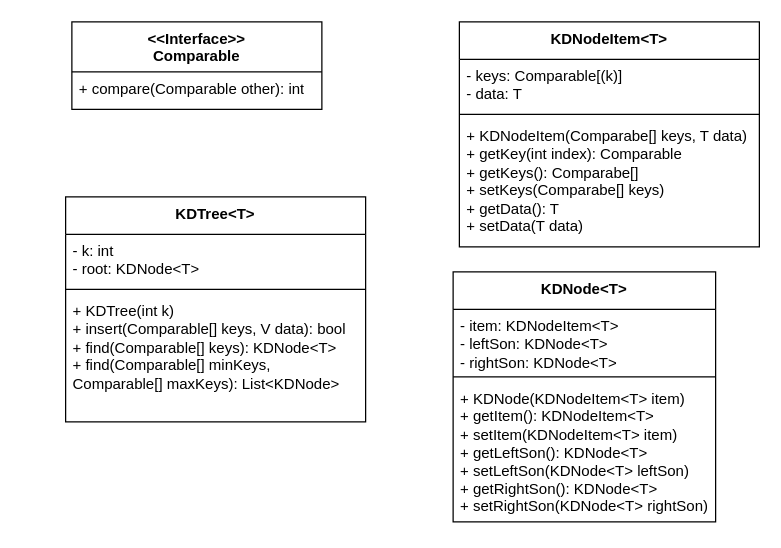
The draw.io diagram doc/KDTreeUML.drawio in juraj-n/ADS2, before the edit. Source tidied: cells renumbered, new cells numbered last; positions are measured from the earlier drawing's top-left corner, leaving out a move shared by most shapes. Both pictures are drawn from the tidied source at 125%, with x=0, y=0 at pixel (65, 21).
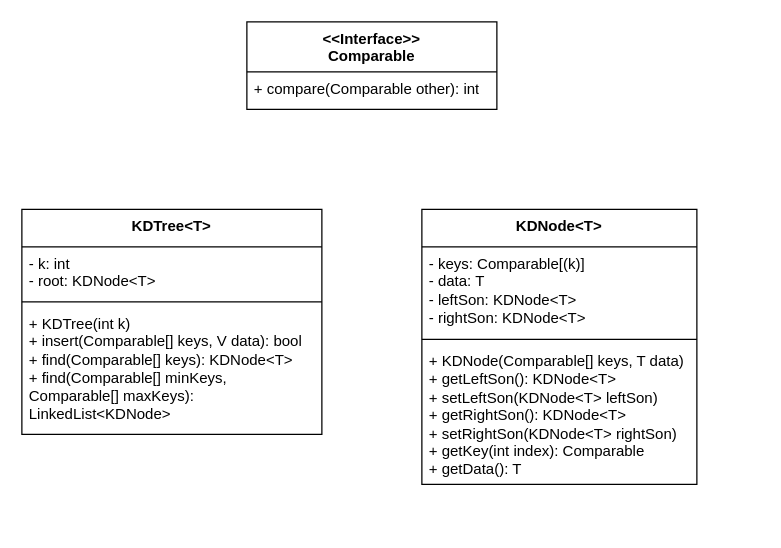
The same page after the edit.

Commit message (it also covers changes not shown here):
KDTree interval find start

Change to the diagram source:
```diff
@@
 <mxGraphModel>
   <root>
     <mxCell id="0" />
     <mxCell id="1" parent="0" />
     <mxCell id="2" value="KDTree&lt;span style=&quot;background-color: transparent; color: light-dark(rgb(0, 0, 0), rgb(255, 255, 255));&quot;&gt;&amp;lt;T&amp;gt;&lt;/span&gt;" style="swimlane;fontStyle=1;align=center;verticalAlign=top;horizontal=1;startSize=30;whiteSpace=wrap;html=1;" parent="1" vertex="1">
-      <mxGeometry y="140" width="240" height="180" as="geometry" />
+      <mxGeometry x="-35" y="150" width="240" height="180" as="geometry" />
     </mxCell>
     <mxCell id="3" value="- k: int&lt;div&gt;- root: KDNode&amp;lt;T&amp;gt;&lt;/div&gt;" style="text;strokeColor=none;fillColor=none;align=left;verticalAlign=top;spacingLeft=4;spacingRight=4;overflow=hidden;whiteSpace=wrap;html=1;" parent="2" vertex="1">
       <mxGeometry y="30" width="240" height="40" as="geometry" />
     </mxCell>
     <mxCell id="4" style="line;strokeWidth=1;fillColor=none;align=left;verticalAlign=middle;spacingTop=-1;spacingLeft=3;spacingRight=3;labelPosition=right;strokeColor=inherit;" parent="2" vertex="1">
       <mxGeometry y="70" width="240" height="8" as="geometry" />
     </mxCell>
-    <mxCell id="5" value="+ KDTree(int k)&lt;div&gt;+ insert(Comparable[] keys, V data): bool&lt;/div&gt;&lt;div&gt;+ find(Comparable[] keys): KDNode&amp;lt;T&amp;gt;&lt;/div&gt;&lt;div&gt;+ find(Comparable[] minKeys, Comparable[] maxKeys): List&amp;lt;KDNode&amp;gt;&lt;/div&gt;" style="text;strokeColor=none;fillColor=none;align=left;verticalAlign=top;spacingLeft=4;spacingRight=4;overflow=hidden;whiteSpace=wrap;html=1;" parent="2" vertex="1">
+    <mxCell id="5" value="+ KDTree(int k)&lt;div&gt;+ insert(Comparable[] keys, V data): bool&lt;/div&gt;&lt;div&gt;+ find(Comparable[] keys): KDNode&amp;lt;T&amp;gt;&lt;/div&gt;&lt;div&gt;+ find(Comparable[] minKeys, Comparable[] maxKeys): LinkedList&amp;lt;KDNode&amp;gt;&lt;/div&gt;" style="text;strokeColor=none;fillColor=none;align=left;verticalAlign=top;spacingLeft=4;spacingRight=4;overflow=hidden;whiteSpace=wrap;html=1;" parent="2" vertex="1">
       <mxGeometry y="78" width="240" height="102" as="geometry" />
     </mxCell>
     <mxCell id="6" value="KDNode&lt;span style=&quot;background-color: transparent; color: light-dark(rgb(0, 0, 0), rgb(255, 255, 255));&quot;&gt;&amp;lt;T&amp;gt;&lt;/span&gt;" style="swimlane;fontStyle=1;align=center;verticalAlign=top;horizontal=1;startSize=30;whiteSpace=wrap;html=1;" parent="1" vertex="1">
-      <mxGeometry x="310" y="200" width="210" height="200" as="geometry" />
+      <mxGeometry x="285" y="150" width="220" height="220" as="geometry" />
     </mxCell>
-    <mxCell id="7" value="- item: KDNodeItem&amp;lt;T&amp;gt;&lt;div&gt;- leftSon: KDNode&lt;span style=&quot;background-color: transparent; color: light-dark(rgb(0, 0, 0), rgb(255, 255, 255));&quot;&gt;&amp;lt;T&amp;gt;&lt;/span&gt;&lt;/div&gt;&lt;div&gt;- rightSon: KDNode&lt;span style=&quot;background-color: transparent; color: light-dark(rgb(0, 0, 0), rgb(255, 255, 255));&quot;&gt;&amp;lt;T&amp;gt;&lt;/span&gt;&lt;/div&gt;" style="text;strokeColor=none;fillColor=none;align=left;verticalAlign=top;spacingLeft=4;spacingRight=4;overflow=hidden;whiteSpace=wrap;html=1;" parent="6" vertex="1">
-      <mxGeometry y="30" width="210" height="50" as="geometry" />
+    <mxCell id="7" value="- keys: Comparable[(k)]&lt;div&gt;- data: T&lt;br&gt;&lt;div&gt;- leftSon: KDNode&lt;span style=&quot;background-color: transparent; color: light-dark(rgb(0, 0, 0), rgb(255, 255, 255));&quot;&gt;&amp;lt;T&amp;gt;&lt;/span&gt;&lt;/div&gt;&lt;div&gt;- rightSon: KDNode&lt;span style=&quot;background-color: transparent; color: light-dark(rgb(0, 0, 0), rgb(255, 255, 255));&quot;&gt;&amp;lt;T&amp;gt;&lt;/span&gt;&lt;/div&gt;&lt;/div&gt;" style="text;strokeColor=none;fillColor=none;align=left;verticalAlign=top;spacingLeft=4;spacingRight=4;overflow=hidden;whiteSpace=wrap;html=1;" parent="6" vertex="1">
+      <mxGeometry y="30" width="220" height="70" as="geometry" />
     </mxCell>
     <mxCell id="8" style="line;strokeWidth=1;fillColor=none;align=left;verticalAlign=middle;spacingTop=-1;spacingLeft=3;spacingRight=3;labelPosition=right;strokeColor=inherit;" parent="6" vertex="1">
-      <mxGeometry y="80" width="210" height="8" as="geometry" />
+      <mxGeometry y="100" width="220" height="8" as="geometry" />
     </mxCell>
-    <mxCell id="9" value="&lt;div&gt;+ KDNode(KDNodeItem&amp;lt;T&amp;gt; item)&lt;/div&gt;+ getItem(): KDNodeItem&amp;lt;T&amp;gt;&lt;div&gt;+ setItem(KDNodeItem&amp;lt;T&amp;gt; item)&lt;br&gt;&lt;div&gt;+ getLeftSon(): KDNode&amp;lt;T&amp;gt;&lt;/div&gt;&lt;div&gt;+ setLeftSon(KDNode&amp;lt;T&amp;gt; leftSon)&lt;/div&gt;&lt;div&gt;+ getRightSon(): KDNode&amp;lt;T&amp;gt;&lt;/div&gt;&lt;/div&gt;&lt;div&gt;+ setRightSon(KDNode&amp;lt;T&amp;gt; rightSon)&lt;/div&gt;" style="text;strokeColor=none;fillColor=none;align=left;verticalAlign=top;spacingLeft=4;spacingRight=4;overflow=hidden;whiteSpace=wrap;html=1;" parent="6" vertex="1">
-      <mxGeometry y="88" width="210" height="112" as="geometry" />
+    <mxCell id="9" value="&lt;div&gt;+ KDNode(Comparable[] keys, T data)&lt;/div&gt;&lt;div&gt;&lt;div&gt;+ getLeftSon(): KDNode&amp;lt;T&amp;gt;&lt;/div&gt;&lt;div&gt;+ setLeftSon(KDNode&amp;lt;T&amp;gt; leftSon)&lt;/div&gt;&lt;div&gt;+ getRightSon(): KDNode&amp;lt;T&amp;gt;&lt;/div&gt;&lt;/div&gt;&lt;div&gt;+ setRightSon(KDNode&amp;lt;T&amp;gt; rightSon)&lt;/div&gt;&lt;div&gt;&lt;div&gt;+ getKey(int index): Comparable&lt;/div&gt;&lt;div&gt;&lt;span style=&quot;background-color: transparent; color: light-dark(rgb(0, 0, 0), rgb(255, 255, 255));&quot;&gt;+ getData(): T&lt;/span&gt;&lt;/div&gt;&lt;div&gt;&lt;br&gt;&lt;/div&gt;&lt;/div&gt;" style="text;strokeColor=none;fillColor=none;align=left;verticalAlign=top;spacingLeft=4;spacingRight=4;overflow=hidden;whiteSpace=wrap;html=1;" parent="6" vertex="1">
+      <mxGeometry y="108" width="220" height="112" as="geometry" />
     </mxCell>
-    <mxCell id="10" value="KDNodeItem&lt;span style=&quot;background-color: transparent; color: light-dark(rgb(0, 0, 0), rgb(255, 255, 255));&quot;&gt;&amp;lt;T&amp;gt;&lt;/span&gt;" style="swimlane;fontStyle=1;align=center;verticalAlign=top;horizontal=1;startSize=30;whiteSpace=wrap;html=1;" parent="1" vertex="1">
-      <mxGeometry x="315" width="240" height="180" as="geometry" />
-    </mxCell>
-    <mxCell id="11" value="- keys: Comparable[(k)]&lt;div&gt;- data: T&lt;/div&gt;" style="text;strokeColor=none;fillColor=none;align=left;verticalAlign=top;spacingLeft=4;spacingRight=4;overflow=hidden;whiteSpace=wrap;html=1;" parent="10" vertex="1">
-      <mxGeometry y="30" width="240" height="40" as="geometry" />
-    </mxCell>
-    <mxCell id="12" style="line;strokeWidth=1;fillColor=none;align=left;verticalAlign=middle;spacingTop=-1;spacingLeft=3;spacingRight=3;labelPosition=right;strokeColor=inherit;" parent="10" vertex="1">
-      <mxGeometry y="70" width="240" height="8" as="geometry" />
-    </mxCell>
-    <mxCell id="13" value="&lt;div&gt;+ KDNodeItem(Comparabe[] keys, T data)&lt;/div&gt;&lt;div&gt;+ getKey(int index): Comparable&lt;/div&gt;+ getKeys(): Comparabe[]&lt;div&gt;+ setKeys(Comparabe[] keys)&lt;/div&gt;&lt;div&gt;+ getData(): T&lt;/div&gt;&lt;div&gt;+ setData(T data)&lt;/div&gt;" style="text;strokeColor=none;fillColor=none;align=left;verticalAlign=top;spacingLeft=4;spacingRight=4;overflow=hidden;whiteSpace=wrap;html=1;" parent="10" vertex="1">
-      <mxGeometry y="78" width="240" height="102" as="geometry" />
-    </mxCell>
     <mxCell id="14" value="&amp;lt;&amp;lt;Interface&amp;gt;&amp;gt;&lt;div&gt;Comparable&lt;/div&gt;" style="swimlane;fontStyle=1;align=center;verticalAlign=top;horizontal=1;startSize=40;whiteSpace=wrap;html=1;" parent="1" vertex="1">
-      <mxGeometry x="5" width="200" height="70" as="geometry" />
+      <mxGeometry x="145" width="200" height="70" as="geometry" />
     </mxCell>
     <mxCell id="15" value="+ compare(Comparable other): int" style="text;strokeColor=none;fillColor=none;align=left;verticalAlign=top;spacingLeft=4;spacingRight=4;overflow=hidden;whiteSpace=wrap;html=1;" parent="14" vertex="1">
       <mxGeometry y="40" width="200" height="30" as="geometry" />
     </mxCell>
   </root>
 </mxGraphModel>
```
